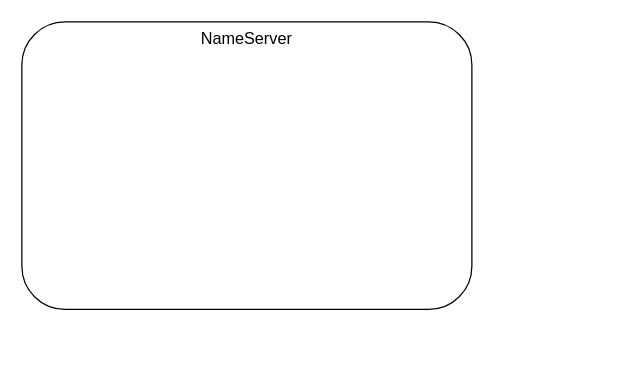
This is cloud/RocketMq.drawio from nyh123456/draw.io, a draw.io file, before an edit. Source tidied: cells renumbered, new cells numbered last; positions are measured from the earlier drawing's top-left corner, leaving out a move shared by most shapes. Both pictures are drawn from the tidied source at 125%, with x=0, y=0 at pixel (21, 21).
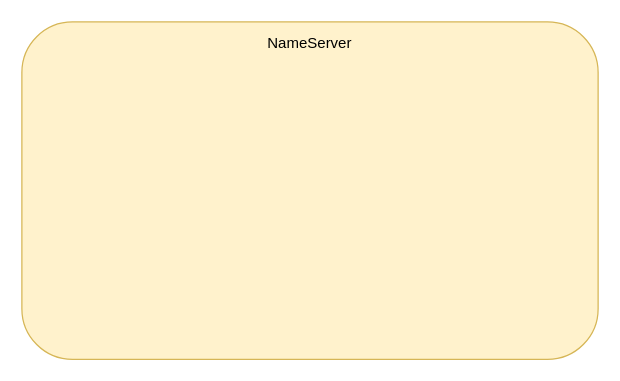
The same diagram, later.

Diff of the diagram source:
```diff
@@
 <mxGraphModel>
   <root>
     <mxCell id="0" />
     <mxCell id="1" parent="0" />
-    <mxCell id="2" value="&lt;font style=&quot;font-size: 13px;&quot;&gt;NameServer&lt;/font&gt;&lt;div&gt;&lt;span style=&quot;font-size: 13px;&quot;&gt;&lt;br&gt;&lt;/span&gt;&lt;/div&gt;&lt;div&gt;&lt;span style=&quot;font-size: 13px;&quot;&gt;&lt;br&gt;&lt;/span&gt;&lt;/div&gt;&lt;div&gt;&lt;span style=&quot;font-size: 13px;&quot;&gt;&lt;br&gt;&lt;/span&gt;&lt;/div&gt;&lt;div&gt;&lt;span style=&quot;font-size: 13px;&quot;&gt;&lt;br&gt;&lt;/span&gt;&lt;div&gt;&lt;font style=&quot;font-size: 13px;&quot;&gt;&lt;br&gt;&lt;/font&gt;&lt;/div&gt;&lt;div&gt;&lt;font style=&quot;font-size: 13px;&quot;&gt;&lt;br&gt;&lt;/font&gt;&lt;/div&gt;&lt;div&gt;&lt;font style=&quot;font-size: 13px;&quot;&gt;&lt;br&gt;&lt;/font&gt;&lt;/div&gt;&lt;div&gt;&lt;font style=&quot;font-size: 13px;&quot;&gt;&lt;br&gt;&lt;/font&gt;&lt;/div&gt;&lt;div&gt;&lt;font style=&quot;font-size: 13px;&quot;&gt;&lt;br&gt;&lt;/font&gt;&lt;/div&gt;&lt;div&gt;&lt;font style=&quot;font-size: 13px;&quot;&gt;&lt;br&gt;&lt;/font&gt;&lt;/div&gt;&lt;div&gt;&lt;font style=&quot;font-size: 13px;&quot;&gt;&lt;br&gt;&lt;/font&gt;&lt;/div&gt;&lt;div&gt;&lt;font style=&quot;font-size: 13px;&quot;&gt;&lt;br&gt;&lt;/font&gt;&lt;/div&gt;&lt;div&gt;&lt;font style=&quot;font-size: 13px;&quot;&gt;&lt;br&gt;&lt;/font&gt;&lt;/div&gt;&lt;/div&gt;" style="rounded=1;whiteSpace=wrap;html=1;align=center;" parent="1" vertex="1">
-      <mxGeometry width="360" height="230" as="geometry" />
+    <mxCell id="2" value="&lt;div style=&quot;padding-top: 0px; padding-left: 0px; padding-right: 0px; margin-top: -240px; margin-left: 0px;&quot;&gt;NameServer&lt;/div&gt;" style="rounded=1;whiteSpace=wrap;html=1;align=center;fillColor=#fff2cc;strokeColor=#d6b656;" parent="1" vertex="1">
+      <mxGeometry width="461" height="270" as="geometry" />
     </mxCell>
   </root>
 </mxGraphModel>
```
